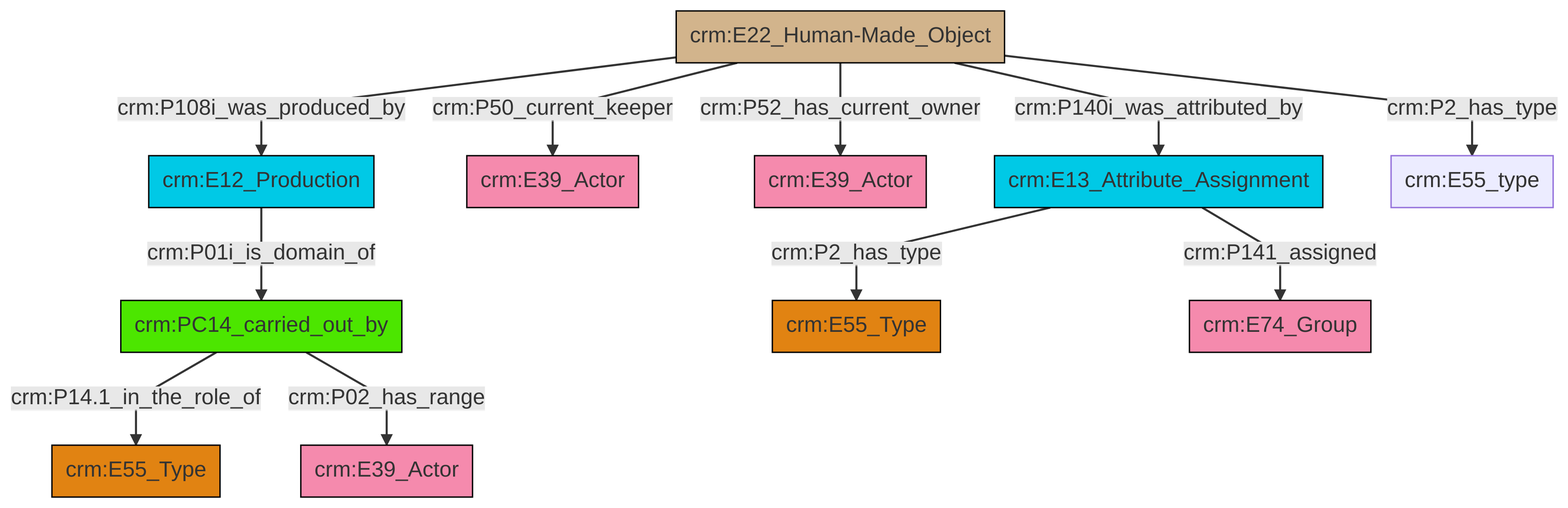
Earlier version of the Mermaid export et/artworkCSV/ttl/mmd/png/Artwork_Actor_Relations.png (swiss-art-research-net/docs.swissartresearch). Its source is kept beside it as et/artworkCSV/ttl/mmd/Artwork_Actor_Relations.ttl.mmd.
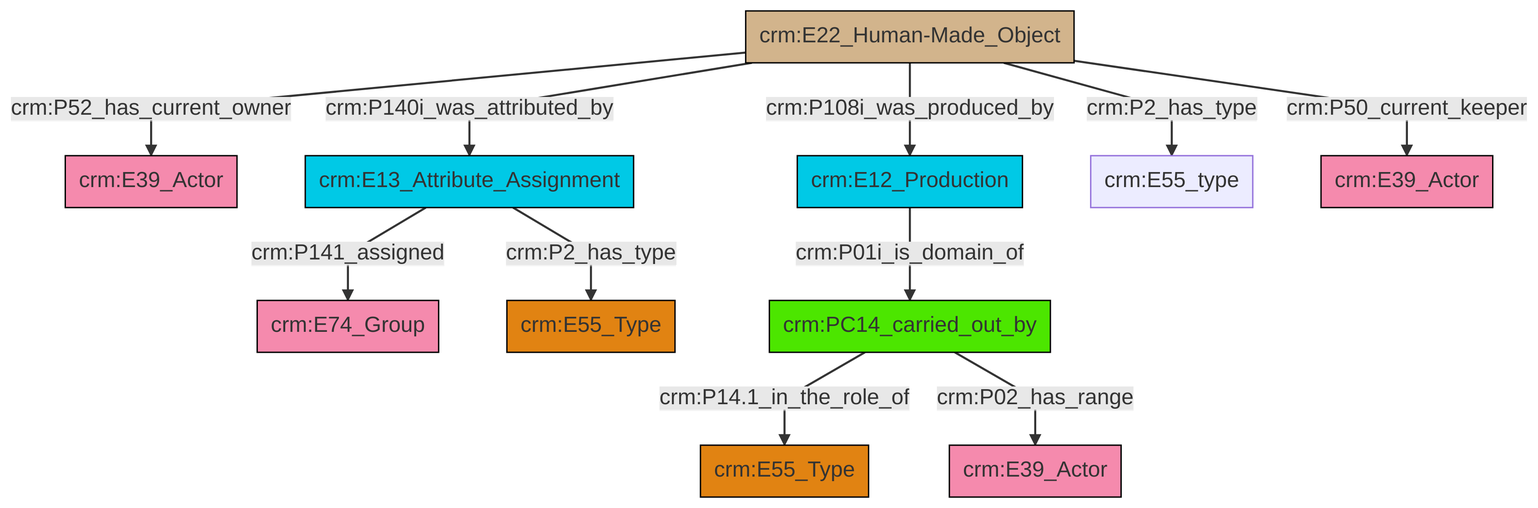
The same file after the commit.

What changed in the source:
```diff
@@ -13,13 +13,13 @@
 classDef PC_Classes fill:#4ce600, stroke:#000000;
 classDef Multi fill:#cccccc,stroke:#000000;
 
-0["crm:E12_Production"]:::Temporal_Entity -->|crm:P01i_is_domain_of| 1["crm:PC14_carried_out_by"]:::PC_Classes
-12["crm:E13_Attribute_Assignment"]:::Temporal_Entity -->|crm:P141_assigned| 13["crm:E74_Group"]:::Actor
-1["crm:PC14_carried_out_by"]:::PC_Classes -->|crm:P14.1_in_the_role_of| 2["crm:E55_Type"]:::Type
-14["crm:E22_Human-Made_Object"]:::Physical_Thing -->|crm:P52_has_current_owner| 8["crm:E39_Actor"]:::Actor
-14["crm:E22_Human-Made_Object"]:::Physical_Thing -->|crm:P140i_was_attributed_by| 12["crm:E13_Attribute_Assignment"]:::Temporal_Entity
-14["crm:E22_Human-Made_Object"]:::Physical_Thing -->|crm:P50_current_keeper| 6["crm:E39_Actor"]:::Actor
-14["crm:E22_Human-Made_Object"]:::Physical_Thing -->|crm:P2_has_type| 15["crm:E55_type"]:::Default
-12["crm:E13_Attribute_Assignment"]:::Temporal_Entity -->|crm:P2_has_type| 4["crm:E55_Type"]:::Type
-14["crm:E22_Human-Made_Object"]:::Physical_Thing -->|crm:P108i_was_produced_by| 0["crm:E12_Production"]:::Temporal_Entity
-1["crm:PC14_carried_out_by"]:::PC_Classes -->|crm:P02_has_range| 10["crm:E39_Actor"]:::Actor
+0["crm:E22_Human-Made_Object"]:::Physical_Thing -->|crm:P52_has_current_owner| 1["crm:E39_Actor"]:::Actor
+2["crm:E13_Attribute_Assignment"]:::Temporal_Entity -->|crm:P141_assigned| 3["crm:E74_Group"]:::Actor
+0["crm:E22_Human-Made_Object"]:::Physical_Thing -->|crm:P140i_was_attributed_by| 2["crm:E13_Attribute_Assignment"]:::Temporal_Entity
+0["crm:E22_Human-Made_Object"]:::Physical_Thing -->|crm:P2_has_type| 8["crm:E55_type"]:::Default
+0["crm:E22_Human-Made_Object"]:::Physical_Thing -->|crm:P108i_was_produced_by| 6["crm:E12_Production"]:::Temporal_Entity
+0["crm:E22_Human-Made_Object"]:::Physical_Thing -->|crm:P50_current_keeper| 15["crm:E39_Actor"]:::Actor
+16["crm:PC14_carried_out_by"]:::PC_Classes -->|crm:P14.1_in_the_role_of| 10["crm:E55_Type"]:::Type
+16["crm:PC14_carried_out_by"]:::PC_Classes -->|crm:P02_has_range| 17["crm:E39_Actor"]:::Actor
+6["crm:E12_Production"]:::Temporal_Entity -->|crm:P01i_is_domain_of| 16["crm:PC14_carried_out_by"]:::PC_Classes
+2["crm:E13_Attribute_Assignment"]:::Temporal_Entity -->|crm:P2_has_type| 13["crm:E55_Type"]:::Type
```
